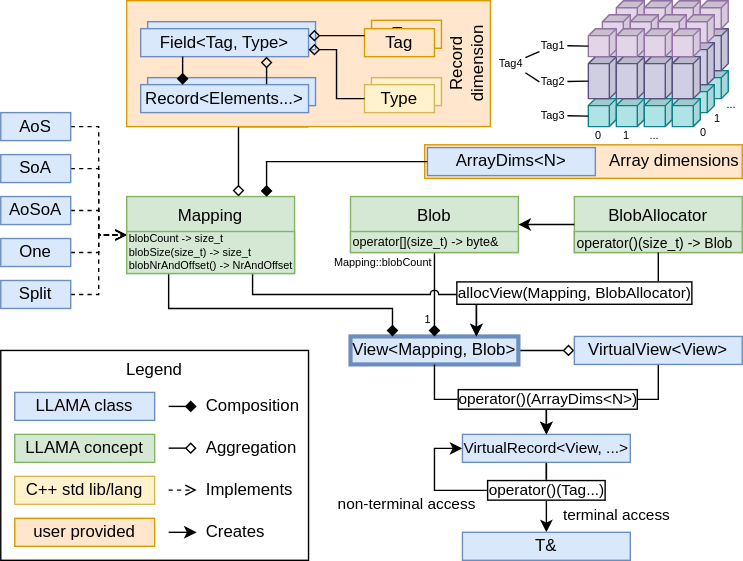
Before: docs/images/overview.svg, a diagram exported from draw.io (alpaka-group/llama). Source tidied: cells renumbered, new cells last; positions are measured from the earlier drawing's top-left corner, leaving out a move shared by most shapes.
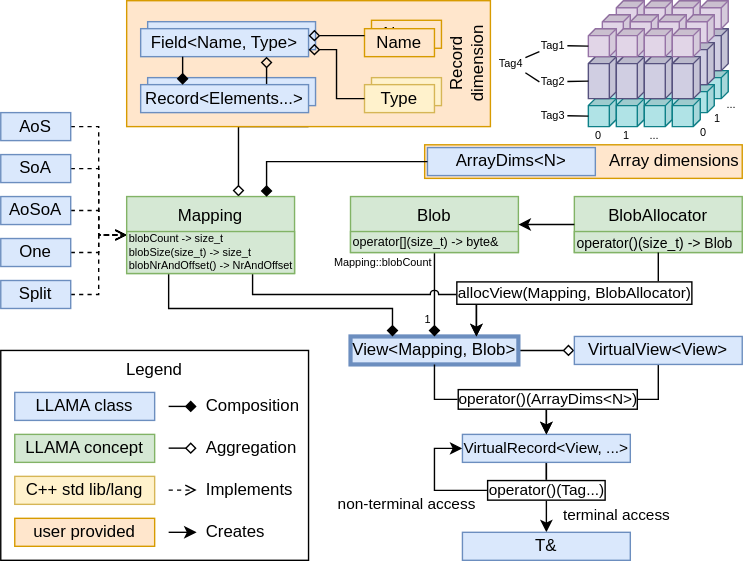
After the commit.

Commit message:
rename Tag to Name

Suggest by jblomer.

Change to the diagram source:
```diff
@@ -200,16 +200,16 @@
     <mxCell id="49" value="Type" style="rounded=0;whiteSpace=wrap;html=1;fillColor=#fff2cc;strokeColor=#d6b656;" parent="1" vertex="1">
       <mxGeometry x="260" y="60" width="50" height="20" as="geometry" />
     </mxCell>
-    <mxCell id="50" value="Tag" style="rounded=0;whiteSpace=wrap;html=1;fillColor=#ffe6cc;strokeColor=#d79b00;" parent="1" vertex="1">
+    <mxCell id="50" value="Name" style="rounded=0;whiteSpace=wrap;html=1;fillColor=#ffe6cc;strokeColor=#d79b00;" parent="1" vertex="1">
       <mxGeometry x="265" y="14" width="50" height="20" as="geometry" />
     </mxCell>
-    <mxCell id="51" value="Tag" style="rounded=0;whiteSpace=wrap;html=1;fillColor=#ffe6cc;strokeColor=#d79b00;" parent="1" vertex="1">
+    <mxCell id="51" value="Name" style="rounded=0;whiteSpace=wrap;html=1;fillColor=#ffe6cc;strokeColor=#d79b00;" parent="1" vertex="1">
       <mxGeometry x="260" y="20" width="50" height="20" as="geometry" />
     </mxCell>
     <mxCell id="52" value="Field&amp;lt;Tag, Type&amp;gt;" style="rounded=0;whiteSpace=wrap;html=1;fillColor=#dae8fc;strokeColor=#6c8ebf;fontSize=12;" parent="1" vertex="1">
       <mxGeometry x="105" y="15" width="120" height="20" as="geometry" />
     </mxCell>
-    <mxCell id="53" value="Field&amp;lt;Tag, Type&amp;gt;" style="rounded=0;whiteSpace=wrap;html=1;fillColor=#dae8fc;strokeColor=#6c8ebf;fontSize=12;" parent="1" vertex="1">
+    <mxCell id="53" value="Field&amp;lt;Name, Type&amp;gt;" style="rounded=0;whiteSpace=wrap;html=1;fillColor=#dae8fc;strokeColor=#6c8ebf;fontSize=12;" parent="1" vertex="1">
       <mxGeometry x="100" y="20" width="120" height="20" as="geometry" />
     </mxCell>
     <mxCell id="54" style="edgeStyle=orthogonalEdgeStyle;rounded=0;jettySize=auto;html=1;fontSize=10;entryX=1;entryY=0.75;entryDx=0;entryDy=0;endArrow=diamond;endFill=0;" parent="1" edge="1" source="49" target="53">
```
